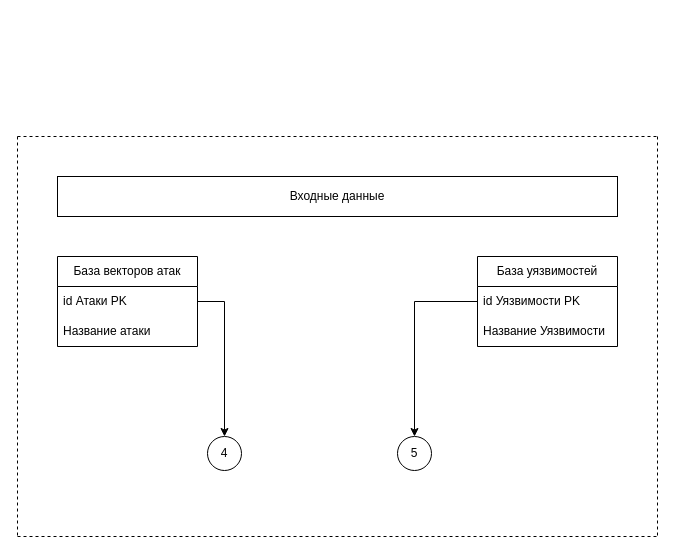
SmirnovBogdan8/Diplom keeps this draw.io diagram as Входные данные.drawio. Above is the earlier version. Source tidied: cells renumbered, new cells numbered last; positions are measured from the earlier drawing's top-left corner, leaving out a move shared by most shapes. Both pictures are drawn from the tidied source at 100%, with x=0, y=0 at pixel (17, 136).
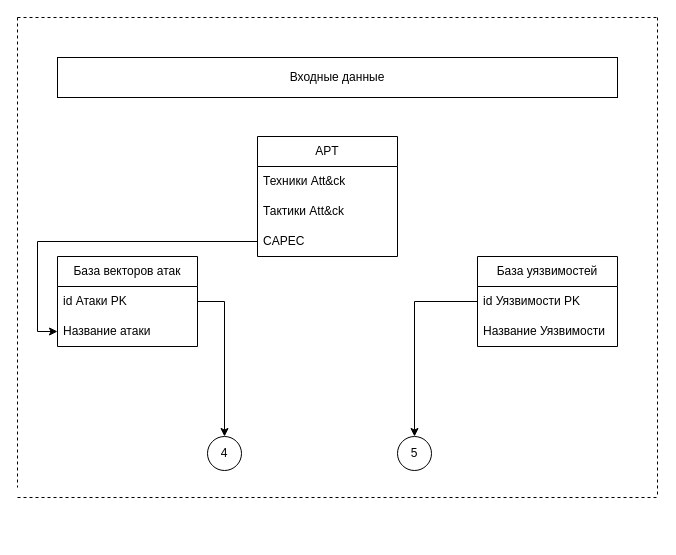
After the change.

Unchanged cells that the change refers to:
```xml
<mxCell id="9" value="Название атаки" style="text;strokeColor=none;fillColor=none;align=left;verticalAlign=middle;spacingLeft=4;spacingRight=4;overflow=hidden;points=[[0,0.5],[1,0.5]];portConstraint=eastwest;whiteSpace=wrap;html=1;" parent="7" vertex="1">
  <mxGeometry y="60" width="140" height="30" as="geometry" />
</mxCell>
```

Diff of the diagram source:
```diff
@@
     <mxCell id="2" value="Входные данные" style="rounded=0;whiteSpace=wrap;html=1;" parent="1" vertex="1">
-      <mxGeometry x="40" y="40" width="560" height="40" as="geometry" />
+      <mxGeometry x="40" y="-79" width="560" height="40" as="geometry" />
     </mxCell>
     <mxCell id="3" style="endArrow=none;dashed=1;html=1;rounded=0;" parent="1" edge="1">
       <mxGeometry relative="1" as="geometry">
-        <mxPoint as="sourcePoint" />
-        <mxPoint x="640" as="targetPoint" />
+        <mxPoint y="-119" as="sourcePoint" />
+        <mxPoint x="640" y="-119" as="targetPoint" />
       </mxGeometry>
     </mxCell>
     <mxCell id="4" style="endArrow=none;dashed=1;html=1;rounded=0;" parent="1" edge="1">
       <mxGeometry relative="1" as="geometry">
-        <mxPoint as="sourcePoint" />
-        <mxPoint y="400" as="targetPoint" />
+        <mxPoint y="-119" as="sourcePoint" />
+        <mxPoint y="351" as="targetPoint" />
       </mxGeometry>
     </mxCell>
     <mxCell id="5" style="endArrow=none;dashed=1;html=1;rounded=0;" parent="1" edge="1">
       <mxGeometry relative="1" as="geometry">
-        <mxPoint x="640" as="sourcePoint" />
-        <mxPoint x="640" y="400" as="targetPoint" />
+        <mxPoint x="640" y="-119" as="sourcePoint" />
+        <mxPoint x="640" y="361" as="targetPoint" />
       </mxGeometry>
     </mxCell>
     <mxCell id="6" style="endArrow=none;dashed=1;html=1;rounded=0;" parent="1" edge="1">
       <mxGeometry relative="1" as="geometry">
-        <mxPoint y="400" as="sourcePoint" />
-        <mxPoint x="640" y="400" as="targetPoint" />
+        <mxPoint y="361" as="sourcePoint" />
+        <mxPoint x="640" y="361" as="targetPoint" />
       </mxGeometry>
     </mxCell>
@@
+    <mxCell id="17" value="APT" style="swimlane;fontStyle=0;horizontal=1;startSize=30;whiteSpace=wrap;html=1;" parent="1" vertex="1">
+      <mxGeometry x="240" width="140" height="120" as="geometry" />
+    </mxCell>
+    <mxCell id="18" value="Техники Att&amp;amp;ck" style="text;strokeColor=none;fillColor=none;align=left;verticalAlign=middle;spacingLeft=4;spacingRight=4;overflow=hidden;whiteSpace=wrap;html=1;" parent="17" vertex="1">
+      <mxGeometry y="30" width="140" height="30" as="geometry" />
+    </mxCell>
+    <mxCell id="19" value="Тактики Att&amp;amp;ck" style="text;strokeColor=none;fillColor=none;align=left;verticalAlign=middle;spacingLeft=4;spacingRight=4;overflow=hidden;whiteSpace=wrap;html=1;" parent="17" vertex="1">
+      <mxGeometry y="60" width="140" height="30" as="geometry" />
+    </mxCell>
+    <mxCell id="20" value="CAPEC" style="text;strokeColor=none;fillColor=none;align=left;verticalAlign=middle;spacingLeft=4;spacingRight=4;overflow=hidden;points=[[0,0.5],[1,0.5]];portConstraint=eastwest;whiteSpace=wrap;html=1;" parent="17" vertex="1">
+      <mxGeometry y="90" width="140" height="30" as="geometry" />
+    </mxCell>
+    <mxCell id="21" style="edgeStyle=orthogonalEdgeStyle;rounded=0;jettySize=auto;html=1;entryX=0;entryY=0.5;entryDx=0;entryDy=0;" parent="1" edge="1" source="20" target="9">
+      <mxGeometry relative="1" as="geometry" />
+    </mxCell>
```
